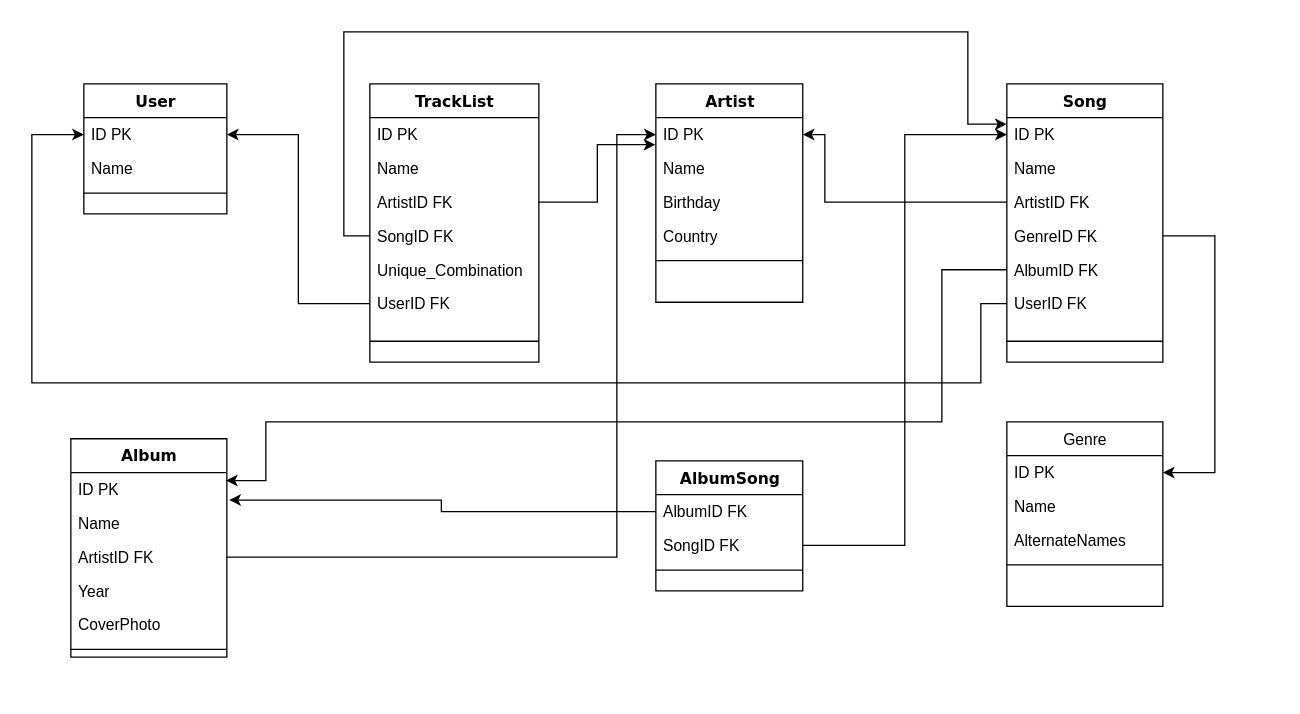
C0baltt/Course_project keeps this draw.io diagram as TrackListDiagram.drawio. Above is the earlier version. Source tidied: cells renumbered, new cells numbered last; positions are measured from the earlier drawing's top-left corner, leaving out a move shared by most shapes. Both pictures are drawn from the tidied source at 130%, with x=0, y=0 at pixel (31, 31).
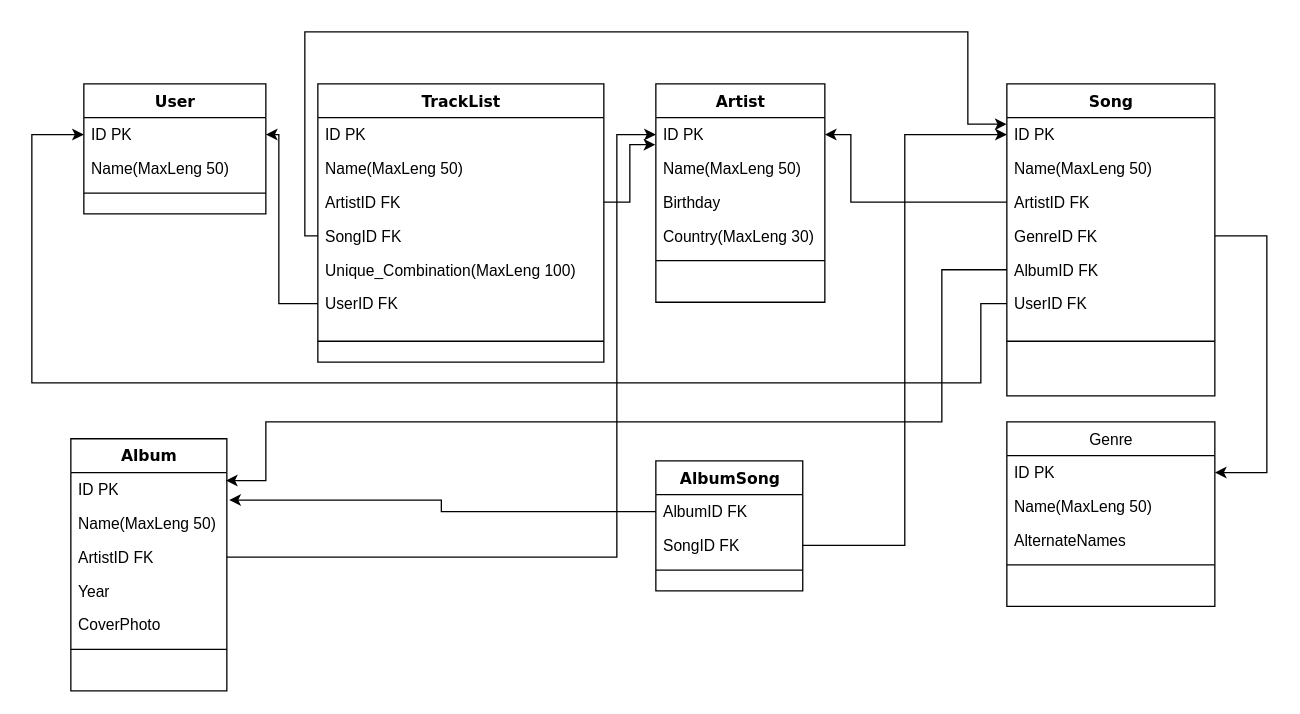
The same page after the edit.

The edit, as a diff of the source:
```diff
@@
     <mxCell id="2" value="User" style="swimlane;html=1;fontStyle=1;align=center;verticalAlign=top;horizontal=1;startSize=26;swimlaneFillColor=#ffffff;rounded=0;shadow=0;comic=0;labelBackgroundColor=none;strokeWidth=1;fillColor=none;fontFamily=Verdana;fontSize=12;" parent="1" vertex="1">
-      <mxGeometry x="40" y="40" width="110" height="100" as="geometry" />
+      <mxGeometry x="40" y="40" width="140" height="100" as="geometry" />
     </mxCell>
     <mxCell id="3" value="ID PK" style="text;html=1;strokeColor=none;fillColor=none;align=left;verticalAlign=top;spacingLeft=4;spacingRight=4;whiteSpace=wrap;overflow=hidden;points=[[0,0.5],[1,0.5]];portConstraint=eastwest;" parent="2" vertex="1">
-      <mxGeometry y="26" width="110" height="26" as="geometry" />
+      <mxGeometry y="26" width="140" height="26" as="geometry" />
     </mxCell>
-    <mxCell id="4" value="Name" style="text;html=1;strokeColor=none;fillColor=none;align=left;verticalAlign=top;spacingLeft=4;spacingRight=4;whiteSpace=wrap;overflow=hidden;" parent="2" vertex="1">
-      <mxGeometry y="52" width="110" height="26" as="geometry" />
+    <mxCell id="4" value="Name(MaxLeng 50)" style="text;html=1;strokeColor=none;fillColor=none;align=left;verticalAlign=top;spacingLeft=4;spacingRight=4;whiteSpace=wrap;overflow=hidden;" parent="2" vertex="1">
+      <mxGeometry y="52" width="140" height="26" as="geometry" />
     </mxCell>
     <mxCell id="5" style="line;html=1;strokeWidth=1;fillColor=none;align=left;verticalAlign=middle;spacingTop=-1;spacingLeft=3;spacingRight=3;labelPosition=right;" parent="2" vertex="1">
-      <mxGeometry y="78" width="110" height="12" as="geometry" />
+      <mxGeometry y="78" width="140" height="12" as="geometry" />
     </mxCell>
     <mxCell id="6" value="TrackList" style="swimlane;html=1;fontStyle=1;align=center;verticalAlign=top;horizontal=1;startSize=26;swimlaneFillColor=#ffffff;rounded=0;shadow=0;comic=0;labelBackgroundColor=none;strokeWidth=1;fillColor=none;fontFamily=Verdana;fontSize=12;" parent="1" vertex="1">
-      <mxGeometry x="260" y="40" width="130" height="214" as="geometry" />
+      <mxGeometry x="220" y="40" width="220" height="214" as="geometry" />
     </mxCell>
     <mxCell id="7" value="ID PK" style="text;html=1;strokeColor=none;fillColor=none;align=left;verticalAlign=top;spacingLeft=4;spacingRight=4;whiteSpace=wrap;overflow=hidden;" parent="6" vertex="1">
-      <mxGeometry y="26" width="130" height="26" as="geometry" />
+      <mxGeometry y="26" width="220" height="26" as="geometry" />
     </mxCell>
-    <mxCell id="8" value="Name" style="text;html=1;strokeColor=none;fillColor=none;align=left;verticalAlign=top;spacingLeft=4;spacingRight=4;whiteSpace=wrap;overflow=hidden;" parent="6" vertex="1">
-      <mxGeometry y="52" width="130" height="26" as="geometry" />
-    </mxCell>
+    <mxCell id="54" value="Name(MaxLeng 50)" style="text;html=1;strokeColor=none;fillColor=none;align=left;verticalAlign=top;spacingLeft=4;spacingRight=4;whiteSpace=wrap;overflow=hidden;" parent="6" vertex="1">
+      <mxGeometry y="52" width="220" height="26" as="geometry" />
+    </mxCell>
     <mxCell id="9" value="ArtistID FK" style="text;html=1;strokeColor=none;fillColor=none;align=left;verticalAlign=top;spacingLeft=4;spacingRight=4;whiteSpace=wrap;overflow=hidden;points=[[0,0.5],[1,0.5]];portConstraint=eastwest;" parent="6" vertex="1">
-      <mxGeometry y="78" width="130" height="26" as="geometry" />
+      <mxGeometry y="78" width="220" height="26" as="geometry" />
     </mxCell>
     <mxCell id="10" value="SongID FK" style="text;html=1;strokeColor=none;fillColor=none;align=left;verticalAlign=top;spacingLeft=4;spacingRight=4;whiteSpace=wrap;overflow=hidden;points=[[0,0.5],[1,0.5]];portConstraint=eastwest;" parent="6" vertex="1">
-      <mxGeometry y="104" width="130" height="26" as="geometry" />
+      <mxGeometry y="104" width="220" height="26" as="geometry" />
     </mxCell>
-    <mxCell id="11" value="Unique_Combination" style="text;html=1;strokeColor=none;fillColor=none;align=left;verticalAlign=top;spacingLeft=4;spacingRight=4;whiteSpace=wrap;overflow=hidden;" parent="6" vertex="1">
-      <mxGeometry y="130" width="130" height="26" as="geometry" />
+    <mxCell id="11" value="Unique_Combination(MaxLeng 100)" style="text;html=1;strokeColor=none;fillColor=none;align=left;verticalAlign=top;spacingLeft=4;spacingRight=4;whiteSpace=wrap;overflow=hidden;" parent="6" vertex="1">
+      <mxGeometry y="130" width="220" height="26" as="geometry" />
     </mxCell>
     <mxCell id="12" value="UserID FK" style="text;html=1;strokeColor=none;fillColor=none;align=left;verticalAlign=top;spacingLeft=4;spacingRight=4;whiteSpace=wrap;overflow=hidden;points=[[0,0.5],[1,0.5]];portConstraint=eastwest;" parent="6" vertex="1">
-      <mxGeometry y="156" width="130" height="26" as="geometry" />
+      <mxGeometry y="156" width="220" height="26" as="geometry" />
     </mxCell>
     <mxCell id="13" style="line;html=1;strokeWidth=1;fillColor=none;align=left;verticalAlign=middle;spacingTop=-1;spacingLeft=3;spacingRight=3;labelPosition=right;" parent="6" vertex="1">
-      <mxGeometry y="182" width="130" height="32" as="geometry" />
+      <mxGeometry y="182" width="220" height="32" as="geometry" />
     </mxCell>
     <mxCell id="14" value="Album" style="swimlane;html=1;fontStyle=1;align=center;verticalAlign=top;horizontal=1;startSize=26;swimlaneFillColor=#ffffff;rounded=0;shadow=0;comic=0;labelBackgroundColor=none;strokeWidth=1;fillColor=none;fontFamily=Verdana;fontSize=12;" parent="1" vertex="1">
-      <mxGeometry x="30" y="313" width="120" height="168" as="geometry" />
+      <mxGeometry x="30" y="313" width="120" height="194" as="geometry" />
     </mxCell>
@@
-    <mxCell id="16" value="Name" style="text;html=1;strokeColor=none;fillColor=none;align=left;verticalAlign=top;spacingLeft=4;spacingRight=4;whiteSpace=wrap;overflow=hidden;" parent="14" vertex="1">
-      <mxGeometry y="52" width="120" height="26" as="geometry" />
-    </mxCell>
+    <mxCell id="55" value="Name(MaxLeng 50)" style="text;html=1;strokeColor=none;fillColor=none;align=left;verticalAlign=top;spacingLeft=4;spacingRight=4;whiteSpace=wrap;overflow=hidden;" parent="14" vertex="1">
+      <mxGeometry y="52" width="120" height="26" as="geometry" />
+    </mxCell>
@@
     <mxCell id="21" value="Artist" style="swimlane;html=1;fontStyle=1;align=center;verticalAlign=top;horizontal=1;startSize=26;swimlaneFillColor=#ffffff;rounded=0;shadow=0;comic=0;labelBackgroundColor=none;strokeWidth=1;fillColor=none;fontFamily=Verdana;fontSize=12;" parent="1" vertex="1">
-      <mxGeometry x="480" y="40" width="113" height="168" as="geometry" />
+      <mxGeometry x="480" y="40" width="130" height="168" as="geometry" />
     </mxCell>
     <mxCell id="22" value="ID PK" style="text;html=1;strokeColor=none;fillColor=none;align=left;verticalAlign=top;spacingLeft=4;spacingRight=4;whiteSpace=wrap;overflow=hidden;points=[[0,0.5],[1,0.5]];portConstraint=eastwest;" parent="21" vertex="1">
-      <mxGeometry y="26" width="113" height="26" as="geometry" />
+      <mxGeometry y="26" width="130" height="26" as="geometry" />
     </mxCell>
-    <mxCell id="23" value="Name" style="text;html=1;strokeColor=none;fillColor=none;align=left;verticalAlign=top;spacingLeft=4;spacingRight=4;whiteSpace=wrap;overflow=hidden;" parent="21" vertex="1">
-      <mxGeometry y="52" width="113" height="26" as="geometry" />
-    </mxCell>
+    <mxCell id="56" value="Name(MaxLeng 50)" style="text;html=1;strokeColor=none;fillColor=none;align=left;verticalAlign=top;spacingLeft=4;spacingRight=4;whiteSpace=wrap;overflow=hidden;" parent="21" vertex="1">
+      <mxGeometry y="52" width="130" height="26" as="geometry" />
+    </mxCell>
     <mxCell id="24" value="Birthday" style="text;html=1;strokeColor=none;fillColor=none;align=left;verticalAlign=top;spacingLeft=4;spacingRight=4;whiteSpace=wrap;overflow=hidden;" parent="21" vertex="1">
-      <mxGeometry y="78" width="113" height="26" as="geometry" />
+      <mxGeometry y="78" width="130" height="26" as="geometry" />
     </mxCell>
-    <mxCell id="25" value="Country" style="text;html=1;strokeColor=none;fillColor=none;align=left;verticalAlign=top;spacingLeft=4;spacingRight=4;whiteSpace=wrap;overflow=hidden;" parent="21" vertex="1">
-      <mxGeometry y="104" width="113" height="26" as="geometry" />
+    <mxCell id="25" value="Country(MaxLeng 30)" style="text;html=1;strokeColor=none;fillColor=none;align=left;verticalAlign=top;spacingLeft=4;spacingRight=4;whiteSpace=wrap;overflow=hidden;" parent="21" vertex="1">
+      <mxGeometry y="104" width="130" height="26" as="geometry" />
     </mxCell>
     <mxCell id="26" style="line;html=1;strokeWidth=1;fillColor=none;align=left;verticalAlign=middle;spacingTop=-1;spacingLeft=3;spacingRight=3;labelPosition=right;" parent="21" vertex="1">
-      <mxGeometry y="130" width="113" height="12" as="geometry" />
+      <mxGeometry y="130" width="130" height="12" as="geometry" />
     </mxCell>
@@
     <mxCell id="31" value="Song" style="swimlane;html=1;fontStyle=1;align=center;verticalAlign=top;horizontal=1;startSize=26;swimlaneFillColor=#ffffff;rounded=0;shadow=0;comic=0;labelBackgroundColor=none;strokeWidth=1;fillColor=none;fontFamily=Verdana;fontSize=12;" parent="1" vertex="1">
-      <mxGeometry x="750" y="40" width="120" height="214" as="geometry" />
+      <mxGeometry x="750" y="40" width="160" height="240" as="geometry" />
     </mxCell>
     <mxCell id="32" value="ID PK" style="text;html=1;strokeColor=none;fillColor=none;align=left;verticalAlign=top;spacingLeft=4;spacingRight=4;whiteSpace=wrap;overflow=hidden;points=[[0,0.5],[1,0.5]];portConstraint=eastwest;" parent="31" vertex="1">
-      <mxGeometry y="26" width="120" height="26" as="geometry" />
+      <mxGeometry y="26" width="160" height="26" as="geometry" />
     </mxCell>
-    <mxCell id="33" value="Name" style="text;html=1;strokeColor=none;fillColor=none;align=left;verticalAlign=top;spacingLeft=4;spacingRight=4;whiteSpace=wrap;overflow=hidden;" parent="31" vertex="1">
-      <mxGeometry y="52" width="120" height="26" as="geometry" />
-    </mxCell>
+    <mxCell id="57" value="Name(MaxLeng 50)" style="text;html=1;strokeColor=none;fillColor=none;align=left;verticalAlign=top;spacingLeft=4;spacingRight=4;whiteSpace=wrap;overflow=hidden;" parent="31" vertex="1">
+      <mxGeometry y="52" width="160" height="26" as="geometry" />
+    </mxCell>
     <mxCell id="34" value="ArtistID FK" style="text;html=1;strokeColor=none;fillColor=none;align=left;verticalAlign=top;spacingLeft=4;spacingRight=4;whiteSpace=wrap;overflow=hidden;points=[[0,0.5],[1,0.5]];portConstraint=eastwest;" parent="31" vertex="1">
-      <mxGeometry y="78" width="120" height="26" as="geometry" />
+      <mxGeometry y="78" width="160" height="26" as="geometry" />
     </mxCell>
     <mxCell id="35" value="GenreID FK" style="text;html=1;strokeColor=none;fillColor=none;align=left;verticalAlign=top;spacingLeft=4;spacingRight=4;whiteSpace=wrap;overflow=hidden;points=[[0,0.5],[1,0.5]];portConstraint=eastwest;" parent="31" vertex="1">
-      <mxGeometry y="104" width="120" height="26" as="geometry" />
+      <mxGeometry y="104" width="160" height="26" as="geometry" />
     </mxCell>
     <mxCell id="36" value="AlbumID FK" style="text;html=1;strokeColor=none;fillColor=none;align=left;verticalAlign=top;spacingLeft=4;spacingRight=4;whiteSpace=wrap;overflow=hidden;points=[[0,0.5],[1,0.5]];portConstraint=eastwest;" parent="31" vertex="1">
-      <mxGeometry y="130" width="120" height="26" as="geometry" />
+      <mxGeometry y="130" width="160" height="26" as="geometry" />
     </mxCell>
     <mxCell id="37" value="UserID FK" style="text;html=1;strokeColor=none;fillColor=none;align=left;verticalAlign=top;spacingLeft=4;spacingRight=4;whiteSpace=wrap;overflow=hidden;points=[[0,0.5],[1,0.5]];portConstraint=eastwest;" parent="31" vertex="1">
-      <mxGeometry y="156" width="120" height="26" as="geometry" />
+      <mxGeometry y="156" width="160" height="26" as="geometry" />
     </mxCell>
     <mxCell id="38" style="line;html=1;strokeWidth=1;fillColor=none;align=left;verticalAlign=middle;spacingTop=-1;spacingLeft=3;spacingRight=3;labelPosition=right;" parent="31" vertex="1">
-      <mxGeometry y="182" width="120" height="32" as="geometry" />
+      <mxGeometry y="182" width="160" height="32" as="geometry" />
     </mxCell>
     <mxCell id="39" value="&lt;span style=&quot;font-family: &amp;#34;helvetica&amp;#34; ; font-weight: 400 ; text-align: left&quot;&gt;Genre&lt;/span&gt;" style="swimlane;html=1;fontStyle=1;align=center;verticalAlign=top;horizontal=1;startSize=26;swimlaneFillColor=#ffffff;rounded=0;shadow=0;comic=0;labelBackgroundColor=none;strokeWidth=1;fillColor=none;fontFamily=Verdana;fontSize=12;" parent="1" vertex="1">
-      <mxGeometry x="750" y="300" width="120" height="142" as="geometry" />
+      <mxGeometry x="750" y="300" width="160" height="142" as="geometry" />
     </mxCell>
     <mxCell id="40" value="ID PK" style="text;html=1;strokeColor=none;fillColor=none;align=left;verticalAlign=top;spacingLeft=4;spacingRight=4;whiteSpace=wrap;overflow=hidden;points=[[0,0.5],[1,0.5]];portConstraint=eastwest;" parent="39" vertex="1">
-      <mxGeometry y="26" width="120" height="26" as="geometry" />
+      <mxGeometry y="26" width="160" height="26" as="geometry" />
     </mxCell>
-    <mxCell id="41" value="Name" style="text;html=1;strokeColor=none;fillColor=none;align=left;verticalAlign=top;spacingLeft=4;spacingRight=4;whiteSpace=wrap;overflow=hidden;" parent="39" vertex="1">
-      <mxGeometry y="52" width="120" height="26" as="geometry" />
-    </mxCell>
+    <mxCell id="58" value="Name(MaxLeng 50)" style="text;html=1;strokeColor=none;fillColor=none;align=left;verticalAlign=top;spacingLeft=4;spacingRight=4;whiteSpace=wrap;overflow=hidden;" parent="39" vertex="1">
+      <mxGeometry y="52" width="160" height="26" as="geometry" />
+    </mxCell>
     <mxCell id="42" value="AlternateNames" style="text;html=1;strokeColor=none;fillColor=none;align=left;verticalAlign=top;spacingLeft=4;spacingRight=4;whiteSpace=wrap;overflow=hidden;" parent="39" vertex="1">
-      <mxGeometry y="78" width="120" height="26" as="geometry" />
+      <mxGeometry y="78" width="160" height="26" as="geometry" />
     </mxCell>
     <mxCell id="43" style="line;html=1;strokeWidth=1;fillColor=none;align=left;verticalAlign=middle;spacingTop=-1;spacingLeft=3;spacingRight=3;labelPosition=right;" parent="39" vertex="1">
-      <mxGeometry y="104" width="120" height="12" as="geometry" />
+      <mxGeometry y="104" width="160" height="12" as="geometry" />
     </mxCell>
     <mxCell id="44" style="edgeStyle=orthogonalEdgeStyle;rounded=0;jettySize=auto;html=1;entryX=1;entryY=0.5;entryDx=0;entryDy=0;" parent="1" edge="1" source="12" target="3">
-      <mxGeometry relative="1" as="geometry" />
+      <mxGeometry relative="1" as="geometry">
+        <Array as="points">
+          <mxPoint x="190" y="209" />
+          <mxPoint x="190" y="79" />
+        </Array>
+      </mxGeometry>
     </mxCell>
     <mxCell id="45" style="edgeStyle=orthogonalEdgeStyle;rounded=0;jettySize=auto;html=1;exitX=0;exitY=0.5;exitDx=0;exitDy=0;entryX=-0.001;entryY=0.192;entryDx=0;entryDy=0;entryPerimeter=0;" parent="1" edge="1" source="10" target="32">
       <mxGeometry relative="1" as="geometry">
         <Array as="points">
-          <mxPoint x="240" y="157" />
-          <mxPoint x="240" />
+          <mxPoint x="210" y="157" />
+          <mxPoint x="210" />
           <mxPoint x="720" />
           <mxPoint x="720" y="71" />
         </Array>
       </mxGeometry>
     </mxCell>
     <mxCell id="46" style="edgeStyle=orthogonalEdgeStyle;rounded=0;jettySize=auto;html=1;exitX=1;exitY=0.5;exitDx=0;exitDy=0;entryX=1;entryY=0.5;entryDx=0;entryDy=0;" parent="1" edge="1" source="35" target="40">
       <mxGeometry relative="1" as="geometry">
         <Array as="points">
-          <mxPoint x="910" y="157" />
-          <mxPoint x="910" y="339" />
+          <mxPoint x="950" y="157" />
+          <mxPoint x="950" y="339" />
         </Array>
       </mxGeometry>
     </mxCell>
@@
     <mxCell id="50" style="edgeStyle=orthogonalEdgeStyle;rounded=0;jettySize=auto;html=1;exitX=0;exitY=0.5;exitDx=0;exitDy=0;entryX=1;entryY=0.5;entryDx=0;entryDy=0;" parent="1" edge="1" source="34" target="22">
       <mxGeometry relative="1" as="geometry">
         <Array as="points">
-          <mxPoint x="610" y="131" />
-          <mxPoint x="610" y="79" />
+          <mxPoint x="630" y="131" />
+          <mxPoint x="630" y="79" />
         </Array>
       </mxGeometry>
     </mxCell>
```
